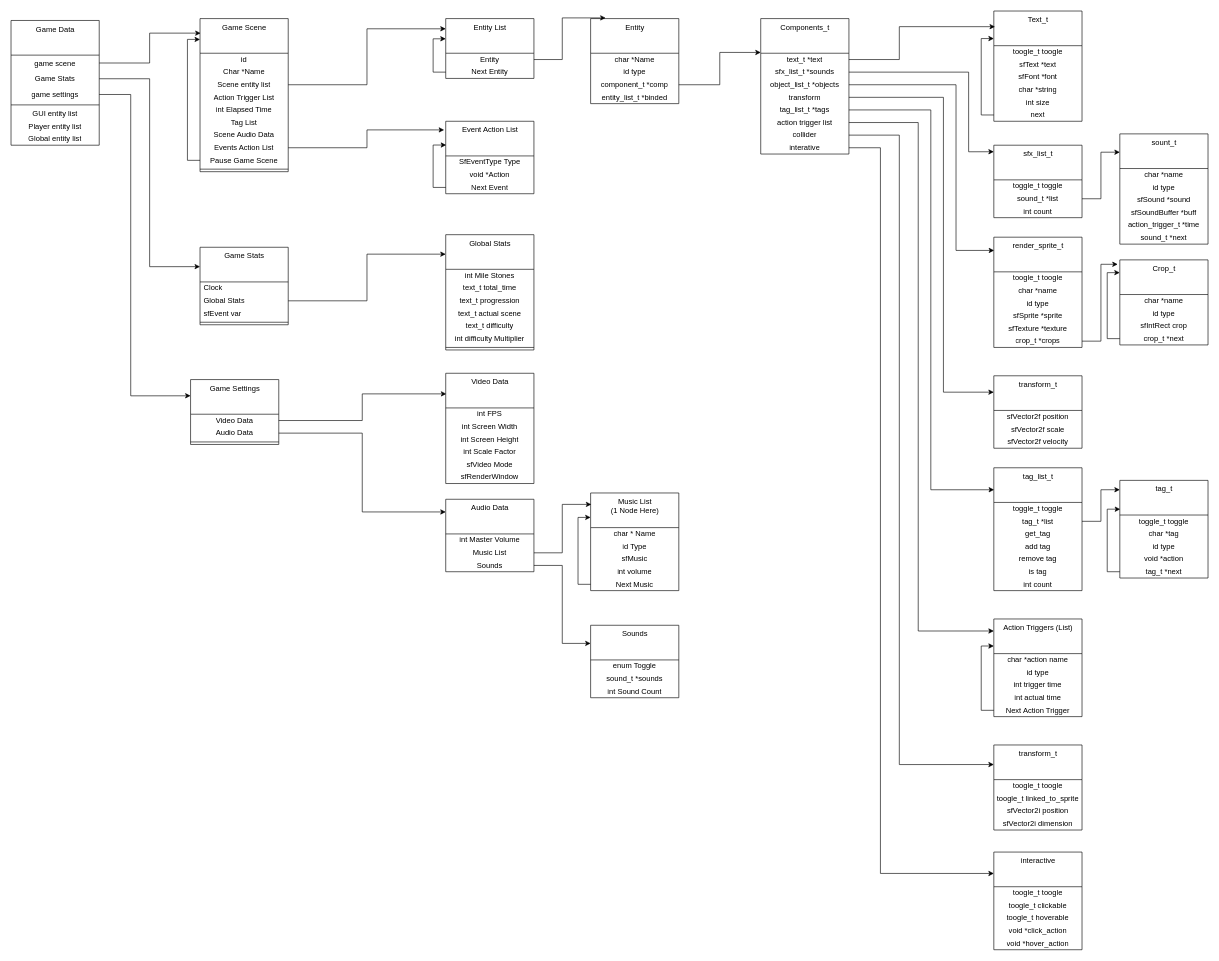
Earlier version of the draw.io diagram page "Data structure" (1 of 4) of data structures.drawio (0xMemoryGrinder/myxfml). Source tidied: cells renumbered, new cells numbered last; positions are measured from the earlier drawing's top-left corner, leaving out a move shared by most shapes. Both pictures are drawn from the tidied source at 63%, with x=0, y=0 at pixel (11, 11).
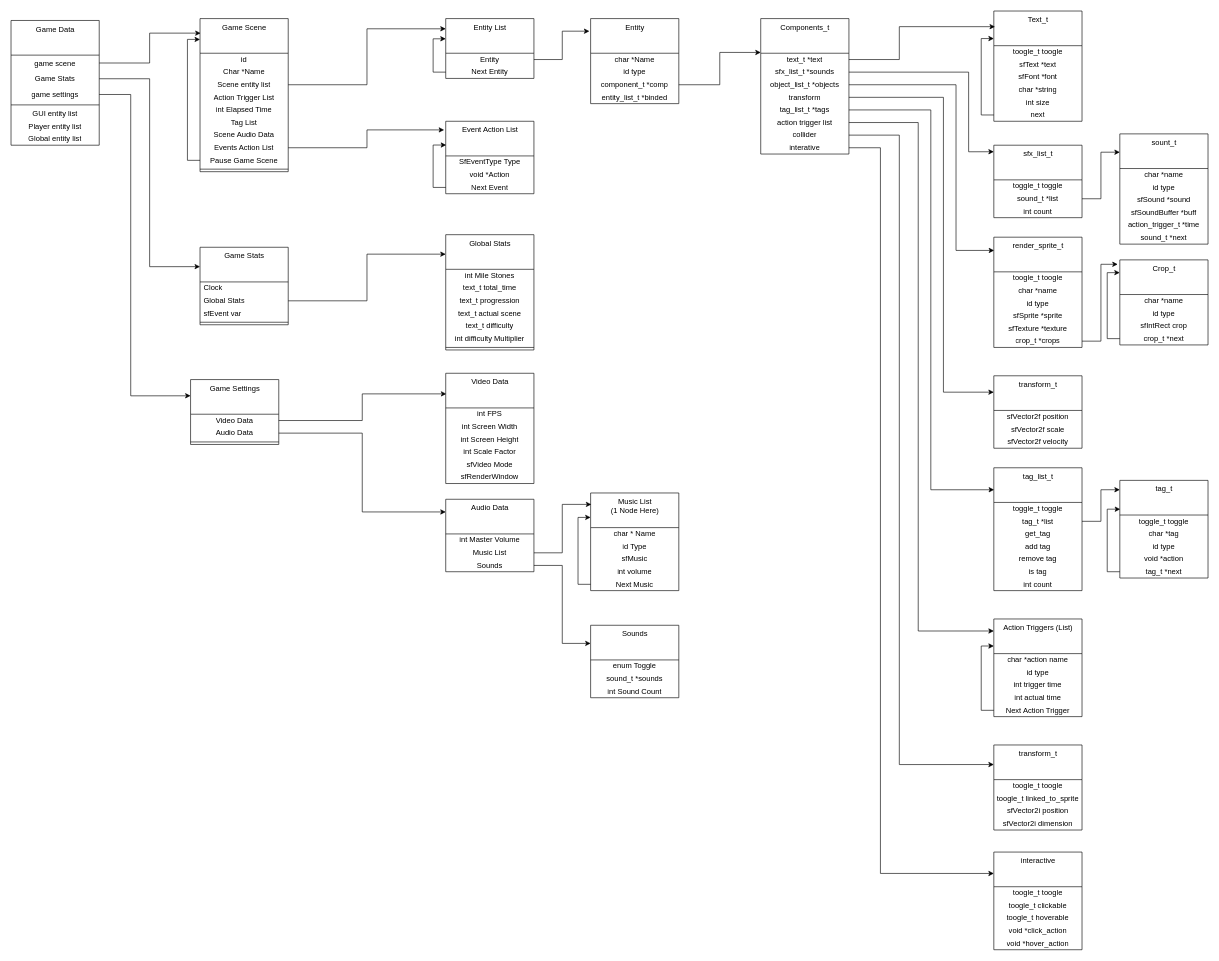
The same page after the edit.

Unchanged cells that the change refers to:
```xml
<mxCell id="70" value="Entity" style="text;html=1;strokeColor=none;fillColor=none;align=center;verticalAlign=middle;spacingLeft=4;spacingRight=4;overflow=hidden;points=[[0,0.5],[1,0.5]];portConstraint=eastwest;" parent="69" vertex="1">
  <mxGeometry y="55" width="140" height="20" as="geometry" />
</mxCell>
<mxCell id="79" value="Entity" style="swimlane;fontStyle=0;align=center;verticalAlign=top;horizontal=1;startSize=55;html=1;" parent="1" vertex="1">
  <mxGeometry x="920" y="12" width="140" height="135" as="geometry" />
</mxCell>
```

The edit, as a diff of the source:
```diff
@@
-    <mxCell id="84" style="edgeStyle=orthogonalEdgeStyle;rounded=0;jettySize=auto;html=1;exitX=1;exitY=0.5;exitDx=0;exitDy=0;entryX=0.17;entryY=-0.008;entryDx=0;entryDy=0;entryPerimeter=0;" parent="1" edge="1" source="70" target="79">
+    <mxCell id="84" style="edgeStyle=orthogonalEdgeStyle;rounded=0;jettySize=auto;html=1;exitX=1;exitY=0.5;exitDx=0;exitDy=0;entryX=-0.014;entryY=0.148;entryDx=0;entryDy=0;entryPerimeter=0;" parent="1" edge="1" source="70" target="79">
       <mxGeometry relative="1" as="geometry" />
     </mxCell>
```
